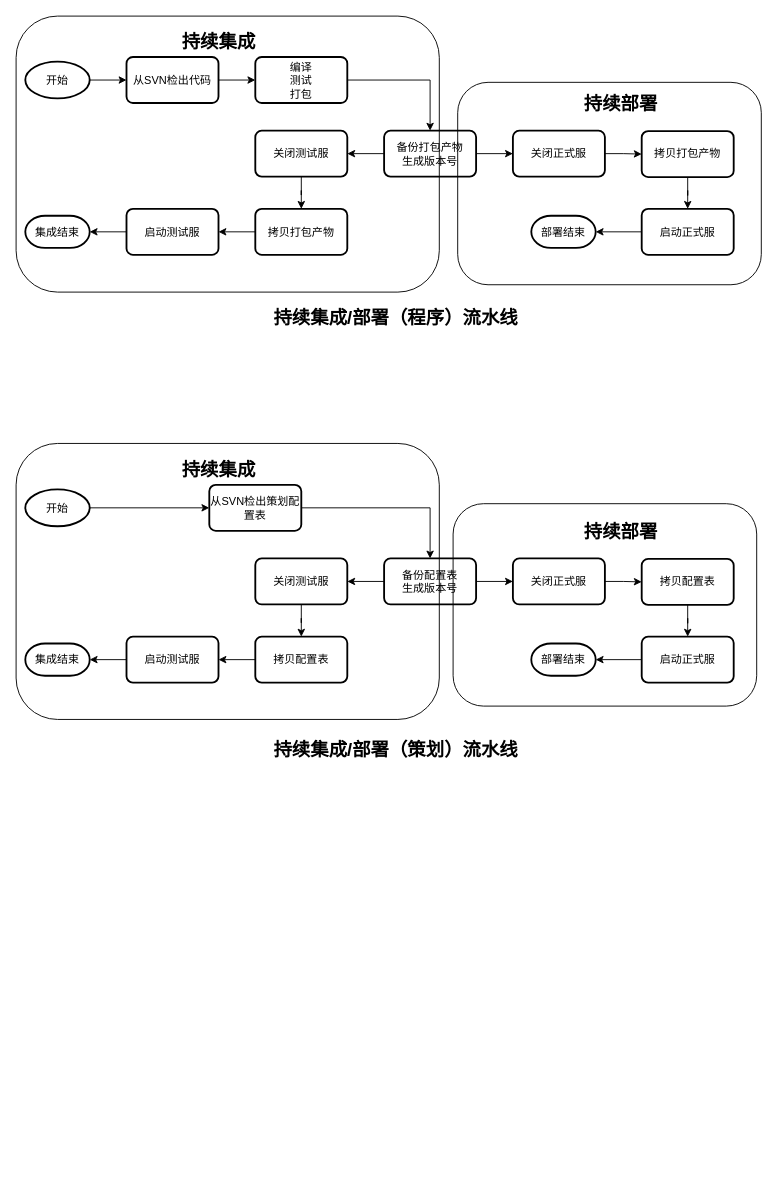
The draw.io diagram blog/2019/07/canglong_ci/ci_cd.drawio in juzq/draw, before the edit. Source tidied: cells renumbered, new cells numbered last; positions are measured from the earlier drawing's top-left corner, leaving out a move shared by most shapes. Both pictures are drawn from the tidied source at 92%, with x=0, y=0 at pixel (16, 16).
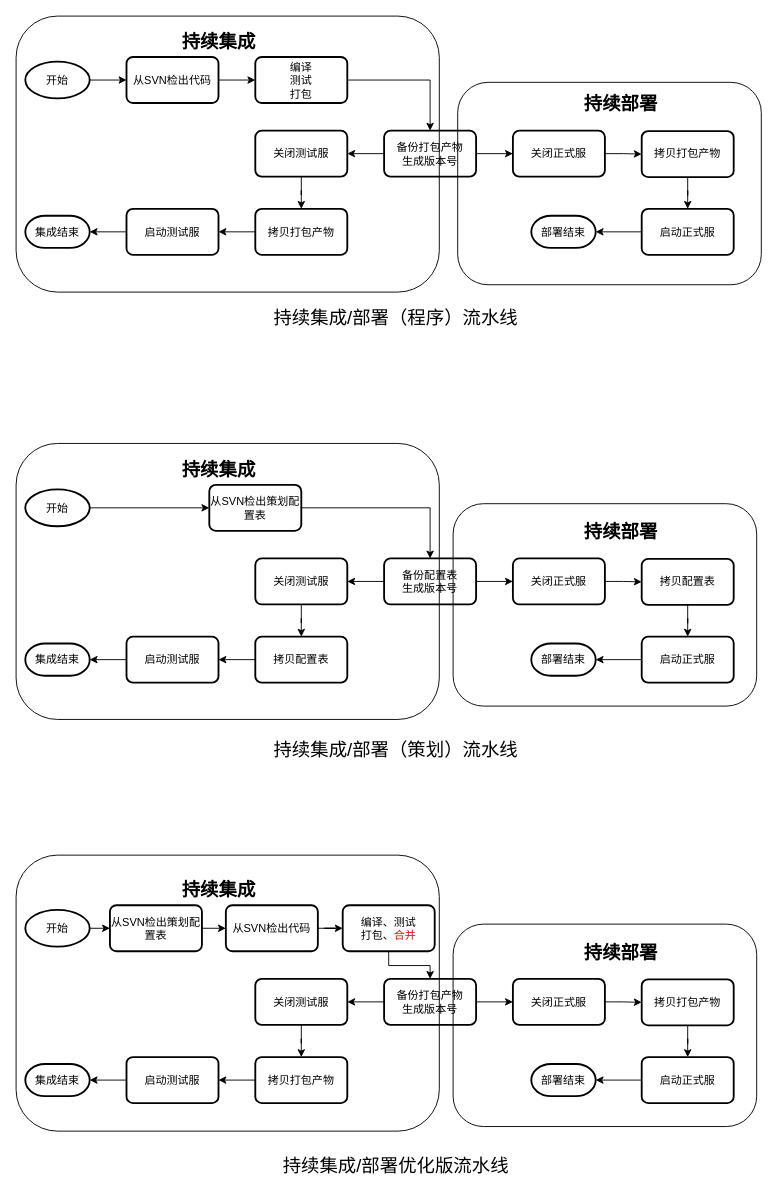
After the change.

What changed in the source:
```diff
@@
-    <mxCell id="54" value="持续集成/部署（程序）流水线" style="text;html=1;strokeColor=none;fillColor=none;align=center;verticalAlign=middle;whiteSpace=wrap;rounded=0;fontStyle=1;fontSize=20;" parent="1" vertex="1">
+    <mxCell id="54" value="持续集成/部署（程序）流水线" style="text;html=1;strokeColor=none;fillColor=none;align=center;verticalAlign=middle;whiteSpace=wrap;rounded=0;fontStyle=0;fontSize=20;" parent="1" vertex="1">
       <mxGeometry x="243" y="312" width="340" height="30" as="geometry" />
     </mxCell>
-    <mxCell id="55" value="持续集成/部署（策划）流水线" style="text;html=1;strokeColor=none;fillColor=none;align=center;verticalAlign=middle;whiteSpace=wrap;rounded=0;fontStyle=1;fontSize=20;" parent="1" vertex="1">
+    <mxCell id="55" value="持续集成/部署（策划）流水线" style="text;html=1;strokeColor=none;fillColor=none;align=center;verticalAlign=middle;whiteSpace=wrap;rounded=0;fontStyle=0;fontSize=20;" parent="1" vertex="1">
       <mxGeometry x="243" y="782" width="340" height="30" as="geometry" />
     </mxCell>
+    <mxCell id="56" style="edgeStyle=orthogonalEdgeStyle;rounded=0;jettySize=auto;html=1;exitX=1;exitY=0.5;exitDx=0;exitDy=0;exitPerimeter=0;entryX=0;entryY=0.5;entryDx=0;entryDy=0;fontSize=20;" parent="1" edge="1" source="57" target="85">
+      <mxGeometry relative="1" as="geometry" />
+    </mxCell>
+    <mxCell id="57" value="开始" style="strokeWidth=2;html=1;shape=mxgraph.flowchart.start_1;whiteSpace=wrap;" parent="1" vertex="1">
+      <mxGeometry x="10" y="971.5" width="70" height="40" as="geometry" />
+    </mxCell>
+    <mxCell id="58" style="edgeStyle=orthogonalEdgeStyle;rounded=0;jettySize=auto;html=1;" parent="1" edge="1" source="59" target="61">
+      <mxGeometry relative="1" as="geometry" />
+    </mxCell>
+    <mxCell id="59" value="从SVN检出代码" style="rounded=1;whiteSpace=wrap;html=1;absoluteArcSize=1;arcSize=14;strokeWidth=2;" parent="1" vertex="1">
+      <mxGeometry x="228" y="966.5" width="100" height="50" as="geometry" />
+    </mxCell>
+    <mxCell id="60" style="edgeStyle=orthogonalEdgeStyle;rounded=0;jettySize=auto;html=1;exitX=0.5;exitY=1;exitDx=0;exitDy=0;entryX=0.5;entryY=0;entryDx=0;entryDy=0;fontSize=20;" parent="1" edge="1" source="61" target="64">
+      <mxGeometry relative="1" as="geometry">
+        <Array as="points">
+          <mxPoint x="405" y="1032" />
+          <mxPoint x="450" y="1032" />
+        </Array>
+      </mxGeometry>
+    </mxCell>
+    <mxCell id="61" value="&lt;div&gt;编译、测试&lt;/div&gt;&lt;div&gt;打包、&lt;font color=&quot;#FF0000&quot;&gt;合并&lt;/font&gt;&lt;/div&gt;" style="rounded=1;whiteSpace=wrap;html=1;absoluteArcSize=1;arcSize=14;strokeWidth=2;" parent="1" vertex="1">
+      <mxGeometry x="355" y="966.5" width="100" height="50" as="geometry" />
+    </mxCell>
+    <mxCell id="62" style="edgeStyle=orthogonalEdgeStyle;rounded=0;jettySize=auto;html=1;exitX=0;exitY=0.5;exitDx=0;exitDy=0;entryX=1;entryY=0.5;entryDx=0;entryDy=0;" parent="1" edge="1" source="64" target="66">
+      <mxGeometry relative="1" as="geometry" />
+    </mxCell>
+    <mxCell id="63" style="edgeStyle=orthogonalEdgeStyle;rounded=0;jettySize=auto;html=1;" parent="1" edge="1" source="64" target="73">
+      <mxGeometry relative="1" as="geometry" />
+    </mxCell>
+    <mxCell id="64" value="&lt;div&gt;备份打包产物&lt;/div&gt;&lt;div&gt;生成版本号&lt;br&gt;&lt;/div&gt;" style="rounded=1;whiteSpace=wrap;html=1;absoluteArcSize=1;arcSize=14;strokeWidth=2;" parent="1" vertex="1">
+      <mxGeometry x="400" y="1046.5" width="100" height="50" as="geometry" />
+    </mxCell>
+    <mxCell id="65" style="edgeStyle=orthogonalEdgeStyle;rounded=0;jettySize=auto;html=1;" parent="1" edge="1" source="66" target="68">
+      <mxGeometry relative="1" as="geometry" />
+    </mxCell>
+    <mxCell id="66" value="关闭测试服" style="rounded=1;whiteSpace=wrap;html=1;absoluteArcSize=1;arcSize=14;strokeWidth=2;" parent="1" vertex="1">
+      <mxGeometry x="260" y="1046.5" width="100" height="50" as="geometry" />
+    </mxCell>
+    <mxCell id="67" style="edgeStyle=orthogonalEdgeStyle;rounded=0;jettySize=auto;html=1;" parent="1" edge="1" source="68" target="70">
+      <mxGeometry relative="1" as="geometry" />
+    </mxCell>
+    <mxCell id="68" value="拷贝打包产物" style="rounded=1;whiteSpace=wrap;html=1;absoluteArcSize=1;arcSize=14;strokeWidth=2;" parent="1" vertex="1">
+      <mxGeometry x="260" y="1131.5" width="100" height="50" as="geometry" />
+    </mxCell>
+    <mxCell id="69" style="edgeStyle=orthogonalEdgeStyle;rounded=0;jettySize=auto;html=1;" parent="1" edge="1" source="70" target="71">
+      <mxGeometry relative="1" as="geometry" />
+    </mxCell>
+    <mxCell id="70" value="启动测试服" style="rounded=1;whiteSpace=wrap;html=1;absoluteArcSize=1;arcSize=14;strokeWidth=2;" parent="1" vertex="1">
+      <mxGeometry x="120" y="1131.5" width="100" height="50" as="geometry" />
+    </mxCell>
+    <mxCell id="71" value="集成结束" style="strokeWidth=2;html=1;shape=mxgraph.flowchart.terminator;whiteSpace=wrap;" parent="1" vertex="1">
+      <mxGeometry x="10" y="1139" width="70" height="35" as="geometry" />
+    </mxCell>
+    <mxCell id="72" style="edgeStyle=orthogonalEdgeStyle;rounded=0;jettySize=auto;html=1;" parent="1" edge="1" source="73" target="75">
+      <mxGeometry relative="1" as="geometry" />
+    </mxCell>
+    <mxCell id="73" value="关闭正式服" style="rounded=1;whiteSpace=wrap;html=1;absoluteArcSize=1;arcSize=14;strokeWidth=2;" parent="1" vertex="1">
+      <mxGeometry x="540" y="1046.5" width="100" height="50" as="geometry" />
+    </mxCell>
+    <mxCell id="74" style="edgeStyle=orthogonalEdgeStyle;rounded=0;jettySize=auto;html=1;" parent="1" edge="1" source="75" target="77">
+      <mxGeometry relative="1" as="geometry" />
+    </mxCell>
+    <mxCell id="75" value="拷贝打包产物" style="rounded=1;whiteSpace=wrap;html=1;absoluteArcSize=1;arcSize=14;strokeWidth=2;" parent="1" vertex="1">
+      <mxGeometry x="680" y="1047" width="100" height="50" as="geometry" />
+    </mxCell>
+    <mxCell id="76" style="edgeStyle=orthogonalEdgeStyle;rounded=0;jettySize=auto;html=1;" parent="1" edge="1" source="77" target="78">
+      <mxGeometry relative="1" as="geometry" />
+    </mxCell>
+    <mxCell id="77" value="启动正式服" style="rounded=1;whiteSpace=wrap;html=1;absoluteArcSize=1;arcSize=14;strokeWidth=2;" parent="1" vertex="1">
+      <mxGeometry x="680" y="1131.5" width="100" height="50" as="geometry" />
+    </mxCell>
+    <mxCell id="78" value="部署结束" style="strokeWidth=2;html=1;shape=mxgraph.flowchart.terminator;whiteSpace=wrap;" parent="1" vertex="1">
+      <mxGeometry x="560" y="1139" width="70" height="35" as="geometry" />
+    </mxCell>
+    <mxCell id="79" style="rounded=1;whiteSpace=wrap;html=1;fillColor=none;" parent="1" vertex="1">
+      <mxGeometry y="912" width="460" height="300" as="geometry" />
+    </mxCell>
+    <mxCell id="80" style="rounded=1;whiteSpace=wrap;html=1;fillColor=none;" parent="1" vertex="1">
+      <mxGeometry x="475" y="987" width="330" height="220" as="geometry" />
+    </mxCell>
+    <mxCell id="81" value="持续集成" style="text;html=1;strokeColor=none;fillColor=none;align=center;verticalAlign=middle;whiteSpace=wrap;rounded=0;fontStyle=1;fontSize=20;" parent="1" vertex="1">
+      <mxGeometry x="172.5" y="934" width="95" height="30" as="geometry" />
+    </mxCell>
+    <mxCell id="82" value="持续部署" style="text;html=1;strokeColor=none;fillColor=none;align=center;verticalAlign=middle;whiteSpace=wrap;rounded=0;fontStyle=1;fontSize=20;" parent="1" vertex="1">
+      <mxGeometry x="610" y="1001.5" width="95" height="30" as="geometry" />
+    </mxCell>
+    <mxCell id="83" value="持续集成/部署优化版流水线" style="text;html=1;strokeColor=none;fillColor=none;align=center;verticalAlign=middle;whiteSpace=wrap;rounded=0;fontStyle=0;fontSize=20;" parent="1" vertex="1">
+      <mxGeometry x="243" y="1234" width="340" height="30" as="geometry" />
+    </mxCell>
+    <mxCell id="84" style="edgeStyle=orthogonalEdgeStyle;rounded=0;jettySize=auto;html=1;exitX=1;exitY=0.5;exitDx=0;exitDy=0;entryX=0;entryY=0.5;entryDx=0;entryDy=0;fontSize=20;" parent="1" edge="1" source="85" target="59">
+      <mxGeometry relative="1" as="geometry" />
+    </mxCell>
+    <mxCell id="85" value="从SVN检出策划配置表" style="rounded=1;whiteSpace=wrap;html=1;absoluteArcSize=1;arcSize=14;strokeWidth=2;" parent="1" vertex="1">
+      <mxGeometry x="102" y="966.5" width="100" height="50" as="geometry" />
+    </mxCell>
```
